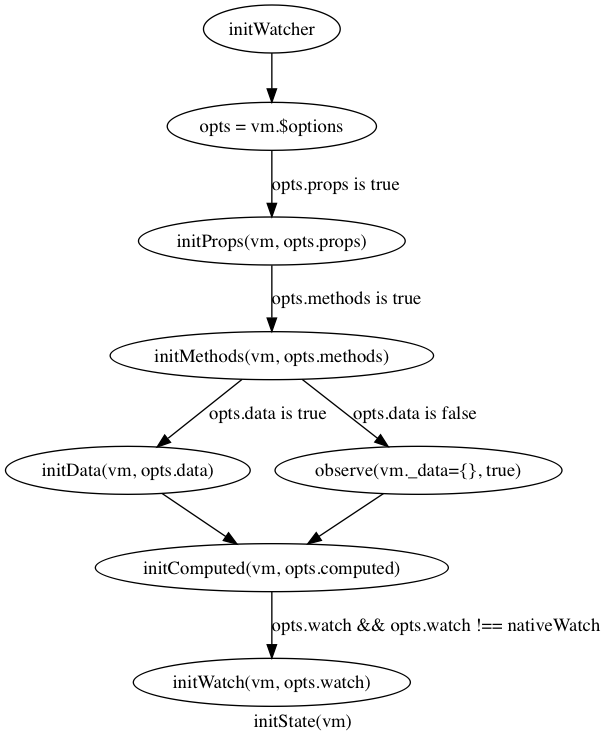
ltaoo/vueSourceAnalysis keeps this Graphviz diagram as initState.png. Above is the earlier version. Its source is kept beside it as initState.gv. Source of this version:
```dot
digraph G {
    label="initState(vm)"

    initWatcher [
        lable="vm._watchers = []"
    ]

    getOptins [
        label="opts = vm.$options"
    ]

    initWatcher -> getOptins

    initProps [
        label="initProps(vm, opts.props)"
    ]

    getOptins -> initProps [label="opts.props is true"]

    initMethods [
        label="initMethods(vm, opts.methods)"
    ]

    initProps -> initMethods [label="opts.methods is true"]

    initData [
        label="initData(vm, opts.data)"
    ]

    initMethods -> initData [label="opts.data is true"]
    observe [
        label="observe(vm._data={}, true)"
    ]
    initMethods -> observe [label="opts.data is false"]

    initComputed [
        label="initComputed(vm, opts.computed)"
    ]

    initData -> initComputed
    observe -> initComputed

    initWatch [
        label="initWatch(vm, opts.watch)"
    ]

    initComputed -> initWatch [label="opts.watch && opts.watch !== nativeWatch"]
}
```
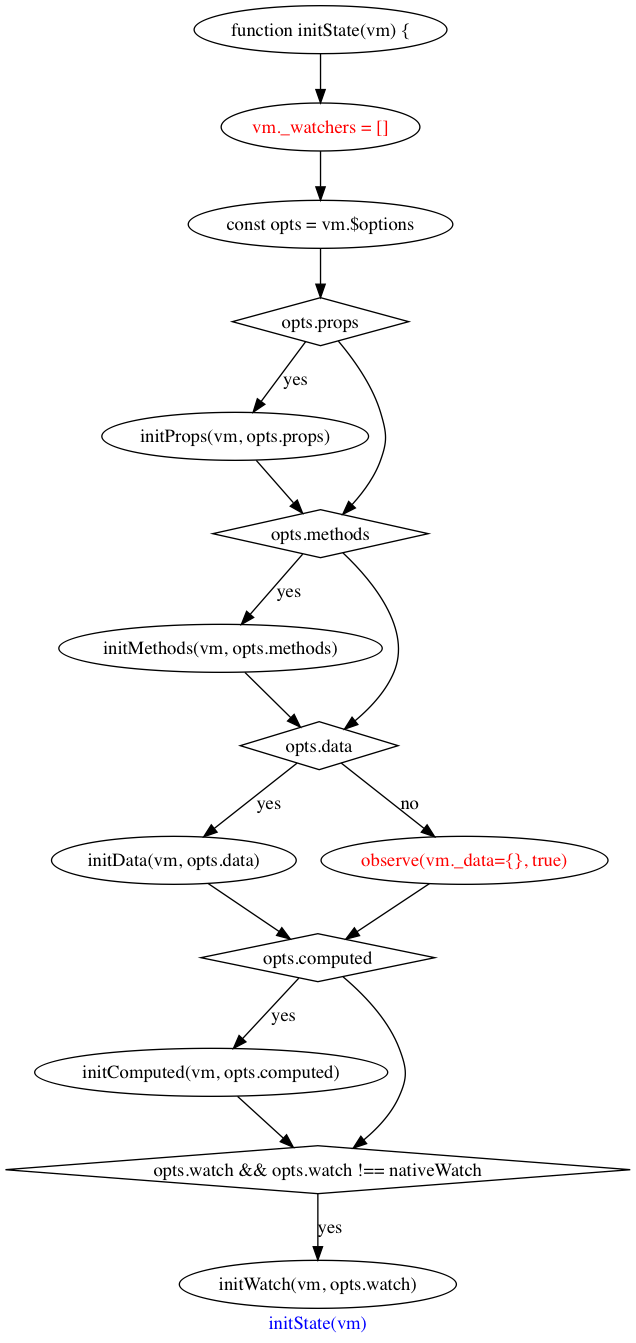
Above is the later version.

Change to the diagram source:
```diff
@@ -1,48 +1,72 @@
 digraph G {
-    label="initState(vm)"
-
+    graph [
+        label="initState(vm)"
+        fontcolor=blue
+    ]
+    start [
+        label="function initState(vm) {"
+    ]
     initWatcher [
-        lable="vm._watchers = []"
+        label="vm._watchers = []"
+        fontcolor=red
     ]
-
-    getOptins [
-        label="opts = vm.$options"
+    start -> initWatcher
+    varOptins [
+        label="const opts = vm.$options"
     ]
-
-    initWatcher -> getOptins
-
+    initWatcher -> varOptins
+    hasProps [
+        label="opts.props"
+        shape=diamond
+    ]
+    varOptins -> hasProps
     initProps [
         label="initProps(vm, opts.props)"
     ]
-
-    getOptins -> initProps [label="opts.props is true"]
-
+    hasProps -> initProps [label="yes"]
+    hasMethods [
+        label="opts.methods"
+        shape=diamond
+    ]
+    initProps -> hasMethods
+    hasProps -> hasMethods
     initMethods [
         label="initMethods(vm, opts.methods)"
     ]
-
-    initProps -> initMethods [label="opts.methods is true"]
-
+    hasMethods -> initMethods [label="yes"]
+    hasData [
+        label="opts.data"
+        shape=diamond
+    ]
+    initMethods -> hasData
+    hasMethods -> hasData
     initData [
         label="initData(vm, opts.data)"
     ]
-
-    initMethods -> initData [label="opts.data is true"]
+    hasData -> initData [label="yes"]
     observe [
         label="observe(vm._data={}, true)"
+        fontcolor=red
     ]
-    initMethods -> observe [label="opts.data is false"]
-
+    hasData -> observe [label="no"]
+    hasComputed [
+        label="opts.computed"
+        shape=diamond
+    ]
+    initData -> hasComputed
+    observe -> hasComputed
     initComputed [
         label="initComputed(vm, opts.computed)"
     ]
-
-    initData -> initComputed
-    observe -> initComputed
-
+    hasComputed -> initComputed [label="yes"]
+    hasWatch [
+        label="opts.watch && opts.watch !== nativeWatch"
+        shape=diamond
+    ]
+    hasComputed -> hasWatch
+    initComputed -> hasWatch
     initWatch [
         label="initWatch(vm, opts.watch)"
     ]
-
-    initComputed -> initWatch [label="opts.watch && opts.watch !== nativeWatch"]
+    hasWatch -> initWatch [label="yes"]
 }
```
